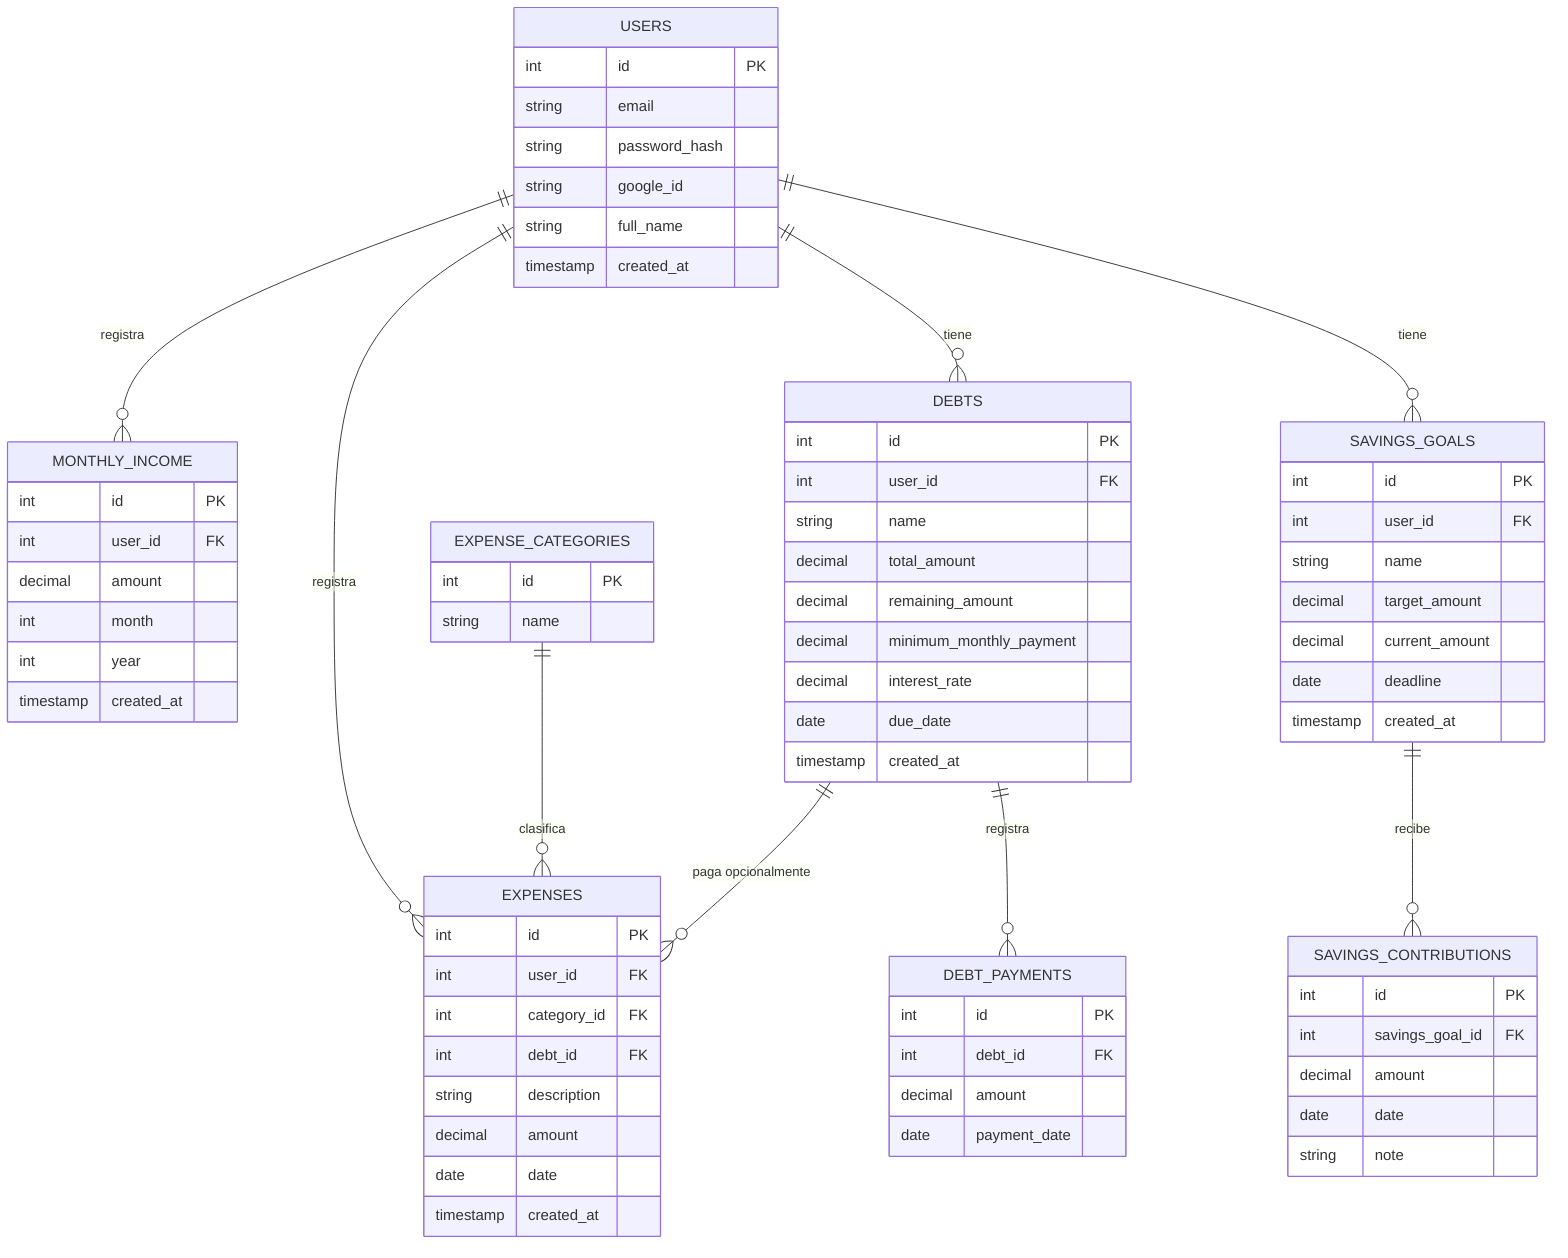
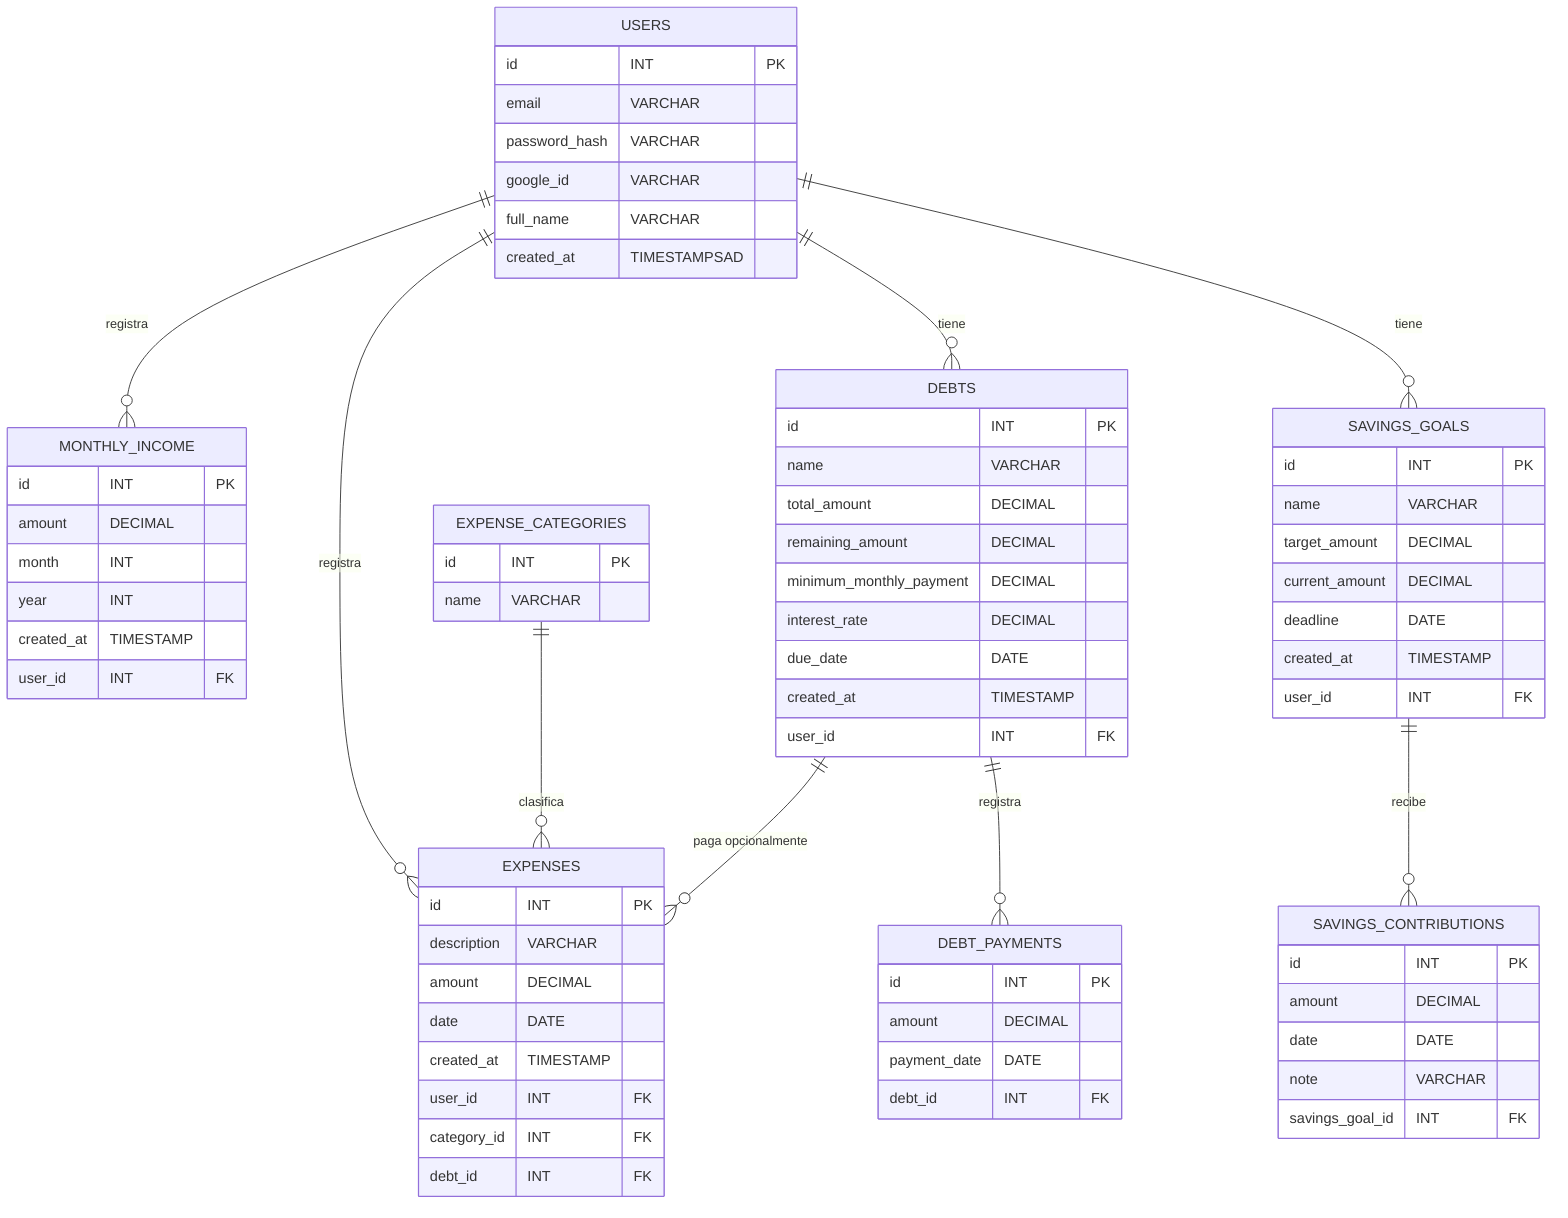
erDiagram
    USERS ||--o{ MONTHLY_INCOME : registra
    USERS ||--o{ EXPENSES : registra
    USERS ||--o{ DEBTS : tiene
    USERS ||--o{ SAVINGS_GOALS : tiene
    EXPENSE_CATEGORIES ||--o{ EXPENSES : clasifica
    DEBTS ||--o{ EXPENSES : "paga opcionalmente"
    DEBTS ||--o{ DEBT_PAYMENTS : registra
    SAVINGS_GOALS ||--o{ SAVINGS_CONTRIBUTIONS : recibe

    USERS {
-         int id PK
-         string email
-         string password_hash
-         string google_id
-         string full_name
-         timestamp created_at
+         id INT PK
+         email VARCHAR
+         password_hash VARCHAR
+         google_id VARCHAR
+         full_name VARCHAR
+         created_at TIMESTAMPSAD
    }

    MONTHLY_INCOME {
-         int id PK
-         int user_id FK
-         decimal amount
-         int month
-         int year
-         timestamp created_at
+         id INT PK
+         amount DECIMAL
+         month INT
+         year INT
+         created_at TIMESTAMP
+         user_id INT FK
    }

    EXPENSE_CATEGORIES {
-         int id PK
-         string name
+         id INT PK
+         name VARCHAR
    }

    EXPENSES {
-         int id PK
-         int user_id FK
-         int category_id FK
-         int debt_id FK
-         string description
-         decimal amount
-         date date
-         timestamp created_at
+         id INT PK
+         description VARCHAR
+         amount DECIMAL
+         date DATE
+         created_at TIMESTAMP
+         user_id INT FK
+         category_id INT FK
+         debt_id INT FK
    }

    DEBTS {
-         int id PK
-         int user_id FK
-         string name
-         decimal total_amount
-         decimal remaining_amount
-         decimal minimum_monthly_payment
-         decimal interest_rate
-         date due_date
-         timestamp created_at
+         id INT PK
+         name VARCHAR
+         total_amount DECIMAL
+         remaining_amount DECIMAL
+         minimum_monthly_payment DECIMAL
+         interest_rate DECIMAL
+         due_date DATE
+         created_at TIMESTAMP
+         user_id INT FK
    }

    DEBT_PAYMENTS {
-         int id PK
-         int debt_id FK
-         decimal amount
-         date payment_date
+         id INT PK
+         amount DECIMAL
+         payment_date DATE
+         debt_id INT FK
    }

    SAVINGS_GOALS {
-         int id PK
-         int user_id FK
-         string name
-         decimal target_amount
-         decimal current_amount
-         date deadline
-         timestamp created_at
+         id INT PK
+         name VARCHAR
+         target_amount DECIMAL
+         current_amount DECIMAL
+         deadline DATE
+         created_at TIMESTAMP
+         user_id INT FK
    }

    SAVINGS_CONTRIBUTIONS {
-         int id PK
-         int savings_goal_id FK
-         decimal amount
-         date date
-         string note
+         id INT PK
+         amount DECIMAL
+         date DATE
+         note VARCHAR
+         savings_goal_id INT FK
    }
